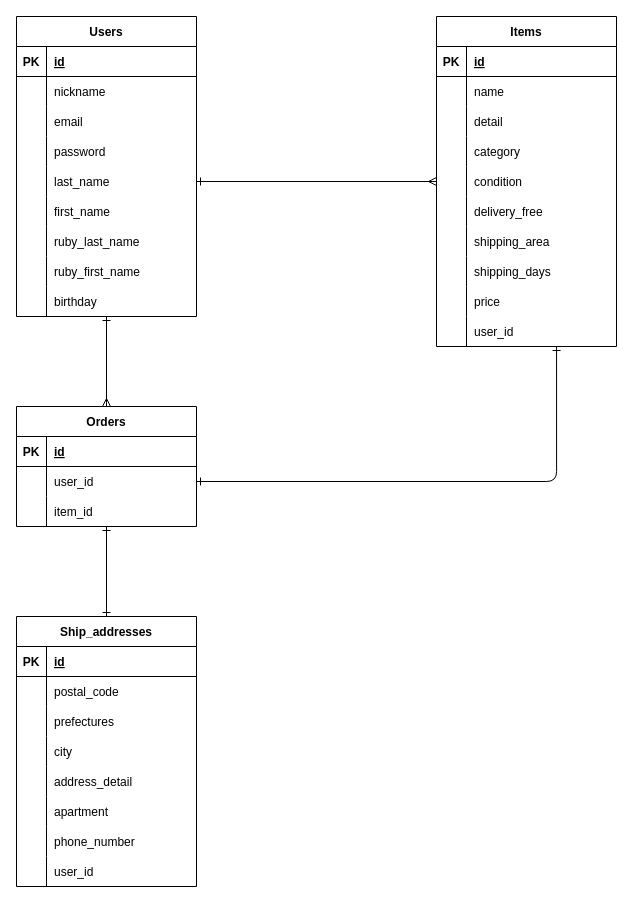
This is furima.dio from 43piyopiyo/furima-38439, a draw.io file, before an edit. Source tidied: cells renumbered, new cells numbered last; positions are measured from the earlier drawing's top-left corner, leaving out a move shared by most shapes. Both pictures are drawn from the tidied source at 100%, with x=0, y=0 at pixel (16, 16).
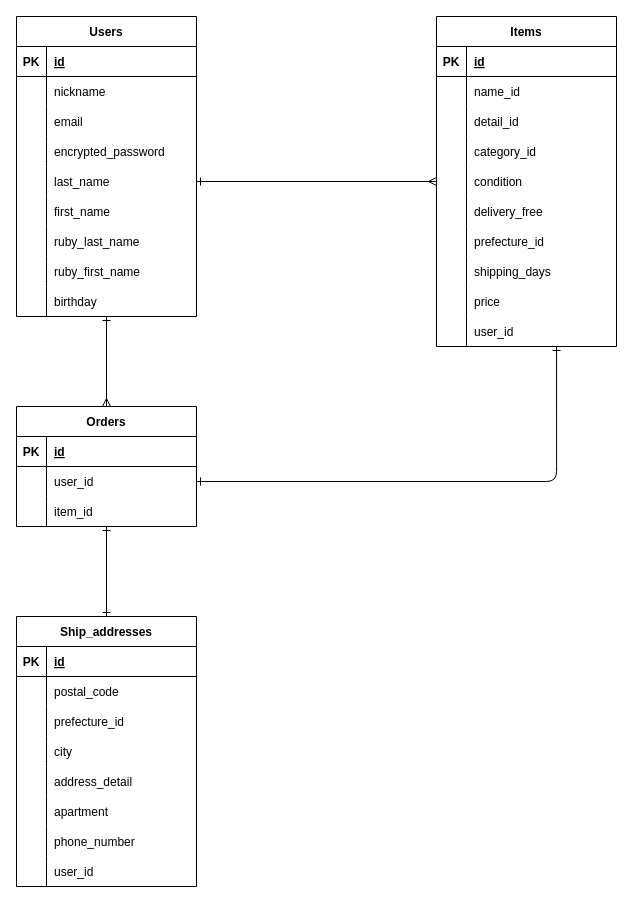
The same diagram, later.

Commit message (it also covers changes not shown here):
データベース再設計1

The change refers to these unchanged cells:
```xml
<mxCell id="12" style="shape=partialRectangle;fillColor=none;top=0;left=0;bottom=0;right=0;" parent="2" vertex="1">
  <mxGeometry y="120" width="180" height="30" as="geometry" />
</mxCell>
<mxCell id="34" style="shape=partialRectangle;fillColor=none;top=0;left=0;bottom=0;right=0;" parent="30" vertex="1">
  <mxGeometry y="60" width="180" height="30" as="geometry" />
</mxCell>
<mxCell id="37" style="shape=partialRectangle;fillColor=none;top=0;left=0;bottom=0;right=0;" parent="30" vertex="1">
  <mxGeometry y="90" width="180" height="30" as="geometry" />
</mxCell>
<mxCell id="40" style="shape=partialRectangle;fillColor=none;top=0;left=0;bottom=0;right=0;" parent="30" vertex="1">
  <mxGeometry y="120" width="180" height="30" as="geometry" />
</mxCell>
<mxCell id="49" style="shape=partialRectangle;fillColor=none;top=0;left=0;bottom=0;right=0;" parent="30" vertex="1">
  <mxGeometry y="210" width="180" height="30" as="geometry" />
</mxCell>
<mxCell id="80" style="shape=partialRectangle;fillColor=none;top=0;left=0;bottom=0;right=0;" parent="73" vertex="1">
  <mxGeometry y="90" width="180" height="30" as="geometry" />
</mxCell>
```

What changed in the source:
```diff
@@
-    <mxCell id="14" value="password" style="shape=partialRectangle;fillColor=none;top=0;left=0;bottom=0;right=0;align=left;spacingLeft=6;overflow=hidden;" parent="12" vertex="1">
+    <mxCell id="14" value="encrypted_password" style="shape=partialRectangle;fillColor=none;top=0;left=0;bottom=0;right=0;align=left;spacingLeft=6;overflow=hidden;" parent="12" vertex="1">
       <mxGeometry x="30" width="150" height="30" as="geometry" />
     </mxCell>
@@
-    <mxCell id="36" value="name" style="shape=partialRectangle;fillColor=none;top=0;left=0;bottom=0;right=0;align=left;spacingLeft=6;overflow=hidden;" parent="34" vertex="1">
+    <mxCell id="36" value="name_id" style="shape=partialRectangle;fillColor=none;top=0;left=0;bottom=0;right=0;align=left;spacingLeft=6;overflow=hidden;" parent="34" vertex="1">
       <mxGeometry x="30" width="150" height="30" as="geometry" />
     </mxCell>
@@
-    <mxCell id="39" value="detail" style="shape=partialRectangle;fillColor=none;top=0;left=0;bottom=0;right=0;align=left;spacingLeft=6;overflow=hidden;" parent="37" vertex="1">
+    <mxCell id="39" value="detail_id" style="shape=partialRectangle;fillColor=none;top=0;left=0;bottom=0;right=0;align=left;spacingLeft=6;overflow=hidden;" parent="37" vertex="1">
       <mxGeometry x="30" width="150" height="30" as="geometry" />
     </mxCell>
@@
-    <mxCell id="42" value="category" style="shape=partialRectangle;fillColor=none;top=0;left=0;bottom=0;right=0;align=left;spacingLeft=6;overflow=hidden;" parent="40" vertex="1">
+    <mxCell id="42" value="category_id" style="shape=partialRectangle;fillColor=none;top=0;left=0;bottom=0;right=0;align=left;spacingLeft=6;overflow=hidden;" parent="40" vertex="1">
       <mxGeometry x="30" width="150" height="30" as="geometry" />
     </mxCell>
@@
-    <mxCell id="51" value="shipping_area" style="shape=partialRectangle;fillColor=none;top=0;left=0;bottom=0;right=0;align=left;spacingLeft=6;overflow=hidden;" parent="49" vertex="1">
+    <mxCell id="51" value="prefecture_id" style="shape=partialRectangle;fillColor=none;top=0;left=0;bottom=0;right=0;align=left;spacingLeft=6;overflow=hidden;" parent="49" vertex="1">
       <mxGeometry x="30" width="150" height="30" as="geometry" />
     </mxCell>
@@
-    <mxCell id="82" value="prefectures" style="shape=partialRectangle;fillColor=none;top=0;left=0;bottom=0;right=0;align=left;spacingLeft=6;overflow=hidden;" parent="80" vertex="1">
+    <mxCell id="82" value="prefecture_id" style="shape=partialRectangle;fillColor=none;top=0;left=0;bottom=0;right=0;align=left;spacingLeft=6;overflow=hidden;" parent="80" vertex="1">
       <mxGeometry x="30" width="150" height="30" as="geometry" />
     </mxCell>
```
